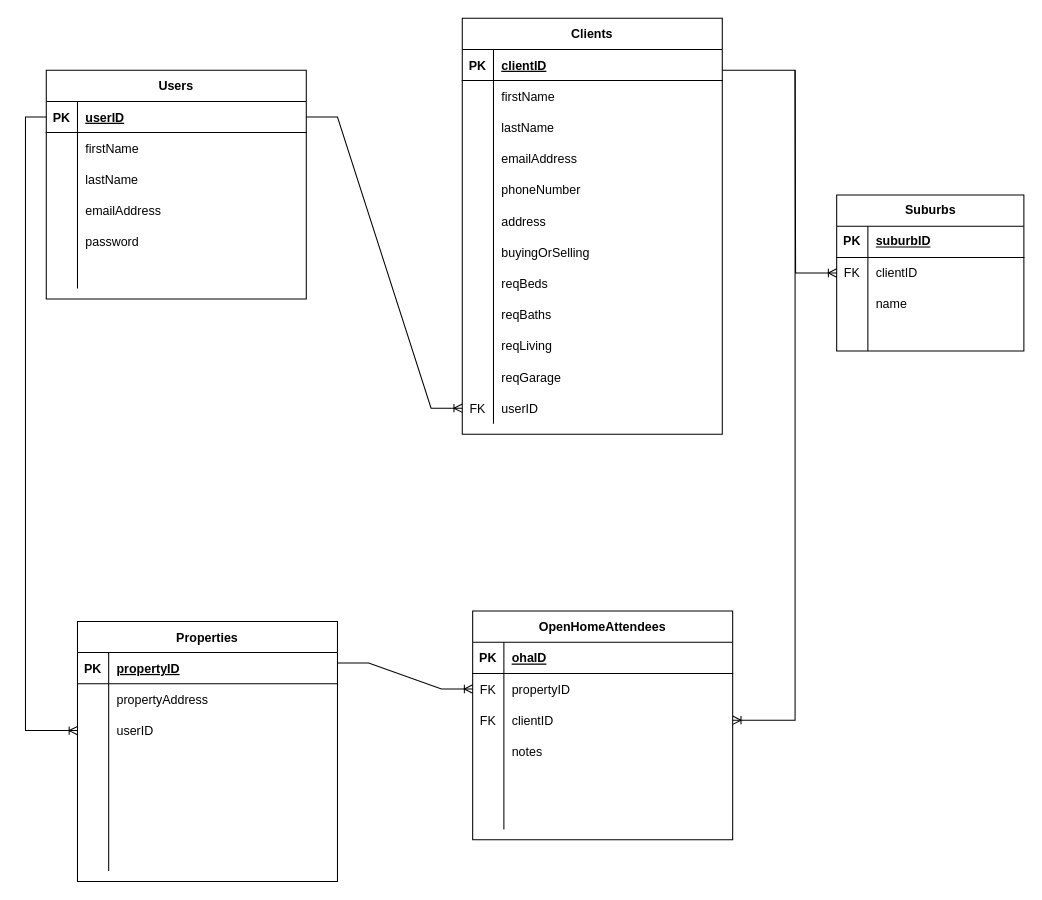
Earlier version of the draw.io diagram BackEnd/Models/DatabaseModels/PhysicalModel.drawio (EmCorkindale/CapstoneProject). Source tidied: cells renumbered, new cells numbered last; positions are measured from the earlier drawing's top-left corner, leaving out a move shared by most shapes. Both pictures are drawn from the tidied source at 104%, with x=0, y=0 at pixel (25, 18).
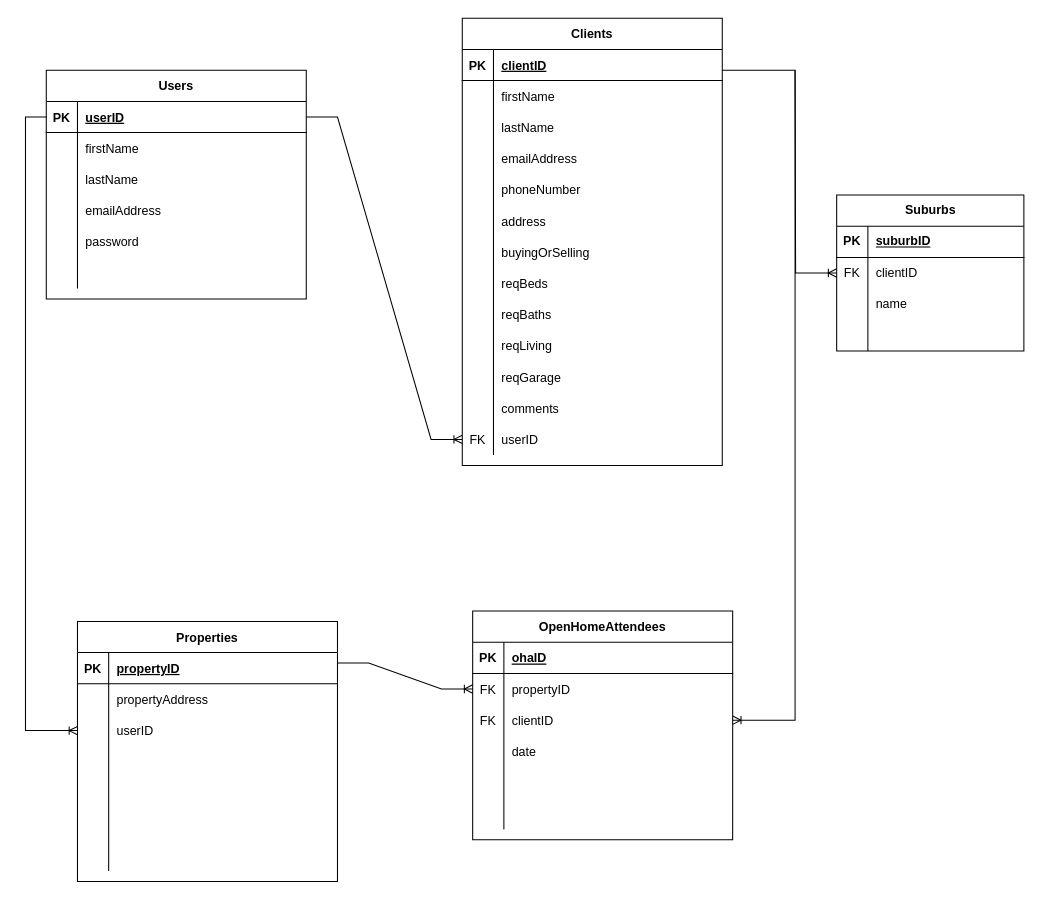
Above is the later version.

The change refers to these unchanged cells:
```xml
<mxCell id="90" style="shape=partialRectangle;fillColor=none;top=0;left=0;right=0;bottom=0;" parent="80" vertex="1">
  <mxGeometry y="120" width="250" height="30" as="geometry" />
</mxCell>
```

Diff of the diagram source:
```diff
@@
     <mxCell id="21" value="Clients" style="shape=table;startSize=30;childLayout=tableLayout;rowLines=0;fontStyle=1;align=center;" parent="1" vertex="1">
-      <mxGeometry x="420" width="250" height="400" as="geometry" />
+      <mxGeometry x="420" width="250" height="430" as="geometry" />
     </mxCell>
@@
+    <mxCell id="117" style="shape=partialRectangle;fillColor=none;top=0;left=0;right=0;bottom=0;" parent="21" vertex="1">
+      <mxGeometry y="360" width="250" height="30" as="geometry" />
+    </mxCell>
+    <mxCell id="118" style="shape=partialRectangle;overflow=hidden;fillColor=none;top=0;left=0;bottom=0;right=0;" parent="117" vertex="1">
+      <mxGeometry width="30" height="30" as="geometry" />
+    </mxCell>
+    <mxCell id="119" value="comments" style="shape=partialRectangle;overflow=hidden;fillColor=none;top=0;left=0;bottom=0;right=0;align=left;spacingLeft=6;" parent="117" vertex="1">
+      <mxGeometry x="30" width="220" height="30" as="geometry" />
+    </mxCell>
     <mxCell id="55" style="shape=partialRectangle;fillColor=none;points=[[0,0.5],[1,0.5]];portConstraint=eastwest;top=0;left=0;right=0;bottom=0;" parent="21" vertex="1">
-      <mxGeometry y="360" width="250" height="30" as="geometry" />
+      <mxGeometry y="390" width="250" height="30" as="geometry" />
     </mxCell>
@@
-    <mxCell id="92" value="notes" style="shape=partialRectangle;overflow=hidden;fillColor=none;top=0;left=0;bottom=0;right=0;align=left;spacingLeft=6;" parent="90" vertex="1">
+    <mxCell id="92" value="date" style="shape=partialRectangle;overflow=hidden;fillColor=none;top=0;left=0;bottom=0;right=0;align=left;spacingLeft=6;" parent="90" vertex="1">
       <mxGeometry x="30" width="220" height="30" as="geometry" />
     </mxCell>
```
